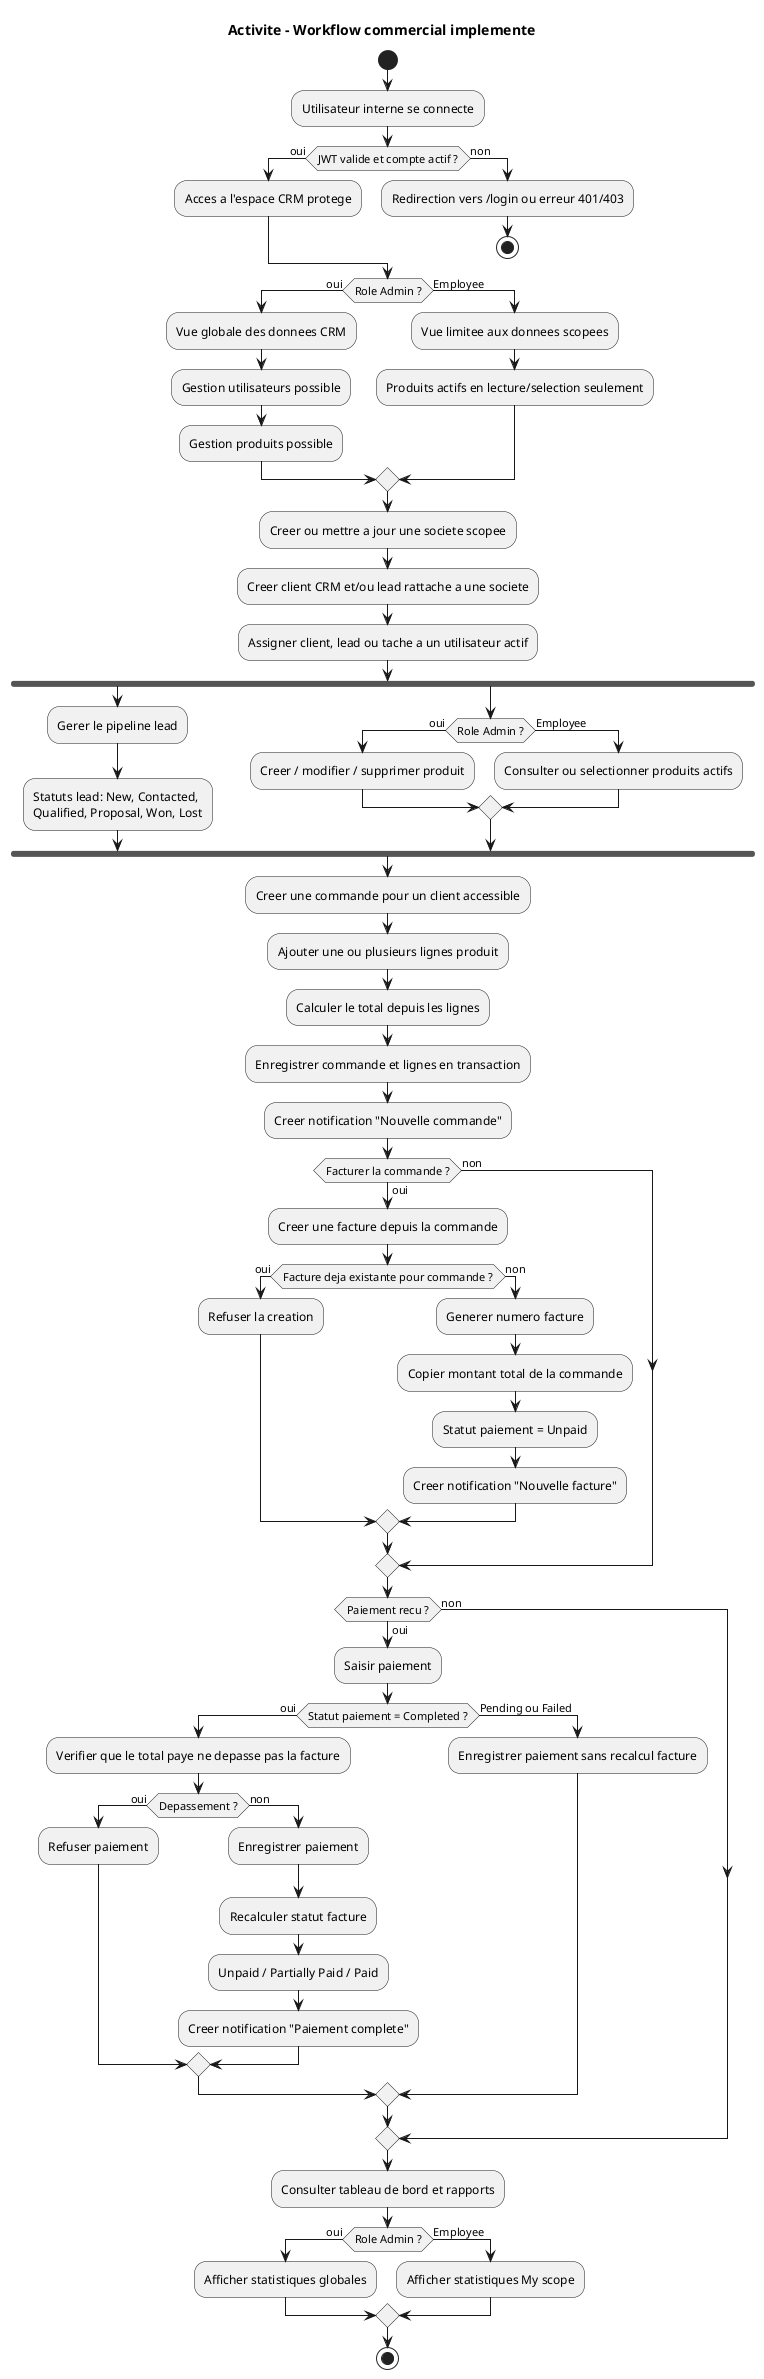
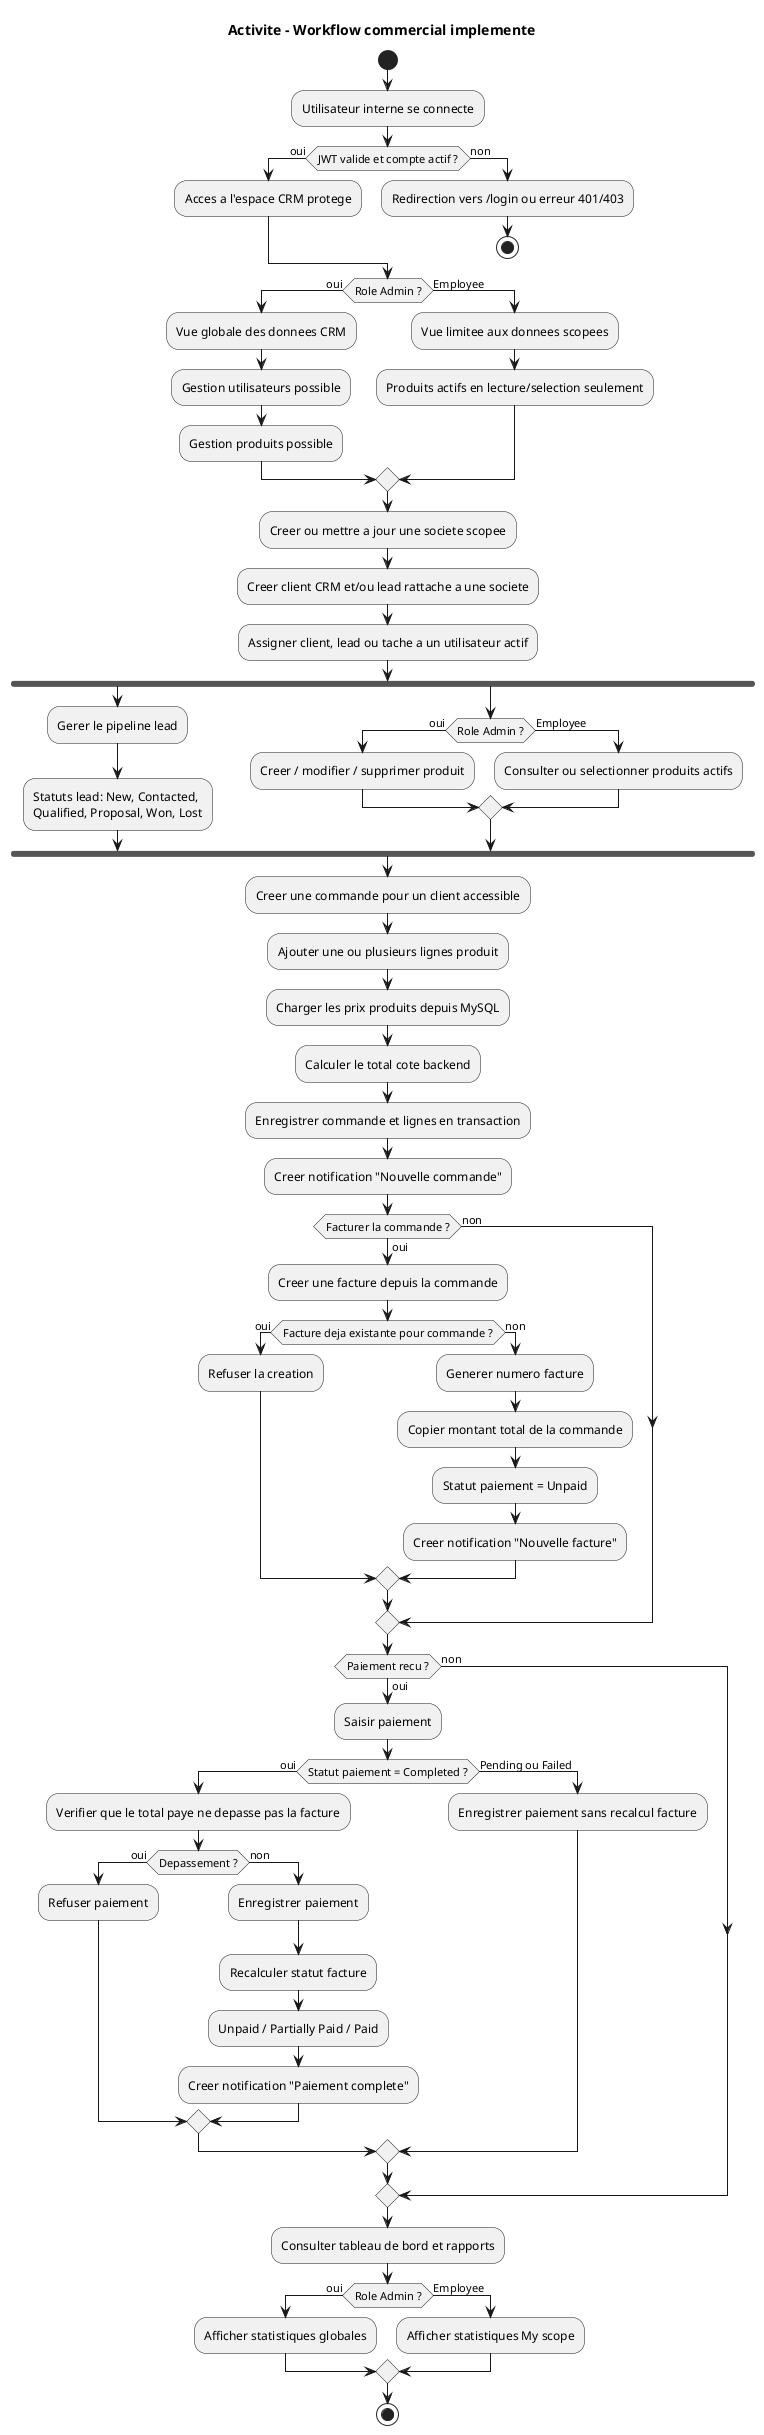
@startuml
title Activite - Workflow commercial implemente
start

:Utilisateur interne se connecte;
if (JWT valide et compte actif ?) then (oui)
  :Acces a l'espace CRM protege;
else (non)
  :Redirection vers /login ou erreur 401/403;
  stop
endif

if (Role Admin ?) then (oui)
  :Vue globale des donnees CRM;
  :Gestion utilisateurs possible;
  :Gestion produits possible;
else (Employee)
  :Vue limitee aux donnees scopees;
  :Produits actifs en lecture/selection seulement;
endif

:Creer ou mettre a jour une societe scopee;
:Creer client CRM et/ou lead rattache a une societe;
:Assigner client, lead ou tache a un utilisateur actif;

fork
  :Gerer le pipeline lead;
  :Statuts lead: New, Contacted,\nQualified, Proposal, Won, Lost;
fork again
  if (Role Admin ?) then (oui)
    :Creer / modifier / supprimer produit;
  else (Employee)
    :Consulter ou selectionner produits actifs;
  endif
end fork

:Creer une commande pour un client accessible;
:Ajouter une ou plusieurs lignes produit;
- :Calculer le total depuis les lignes;
+ :Charger les prix produits depuis MySQL;
+ :Calculer le total cote backend;
:Enregistrer commande et lignes en transaction;
:Creer notification "Nouvelle commande";

if (Facturer la commande ?) then (oui)
  :Creer une facture depuis la commande;
  if (Facture deja existante pour commande ?) then (oui)
    :Refuser la creation;
  else (non)
    :Generer numero facture;
    :Copier montant total de la commande;
    :Statut paiement = Unpaid;
    :Creer notification "Nouvelle facture";
  endif
else (non)
endif

if (Paiement recu ?) then (oui)
  :Saisir paiement;
  if (Statut paiement = Completed ?) then (oui)
    :Verifier que le total paye ne depasse pas la facture;
    if (Depassement ?) then (oui)
      :Refuser paiement;
    else (non)
      :Enregistrer paiement;
      :Recalculer statut facture;
      :Unpaid / Partially Paid / Paid;
      :Creer notification "Paiement complete";
    endif
  else (Pending ou Failed)
    :Enregistrer paiement sans recalcul facture;
  endif
else (non)
endif

:Consulter tableau de bord et rapports;
if (Role Admin ?) then (oui)
  :Afficher statistiques globales;
else (Employee)
  :Afficher statistiques My scope;
endif

stop
@enduml
